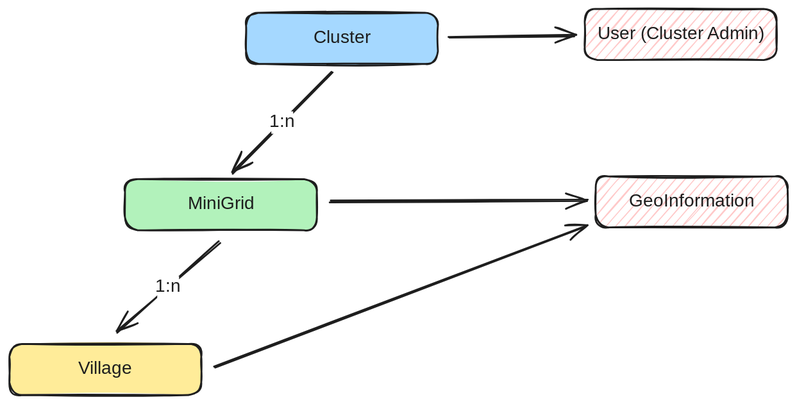
Before: docs/development/images/cluster_minigrid_village.excalidraw.svg, a diagram exported from Excalidraw (EnAccess/micropowermanager). Source tidied: one line per element, renumbered; positions are measured from the earlier drawing's top-left corner, leaving out a move shared by most shapes.
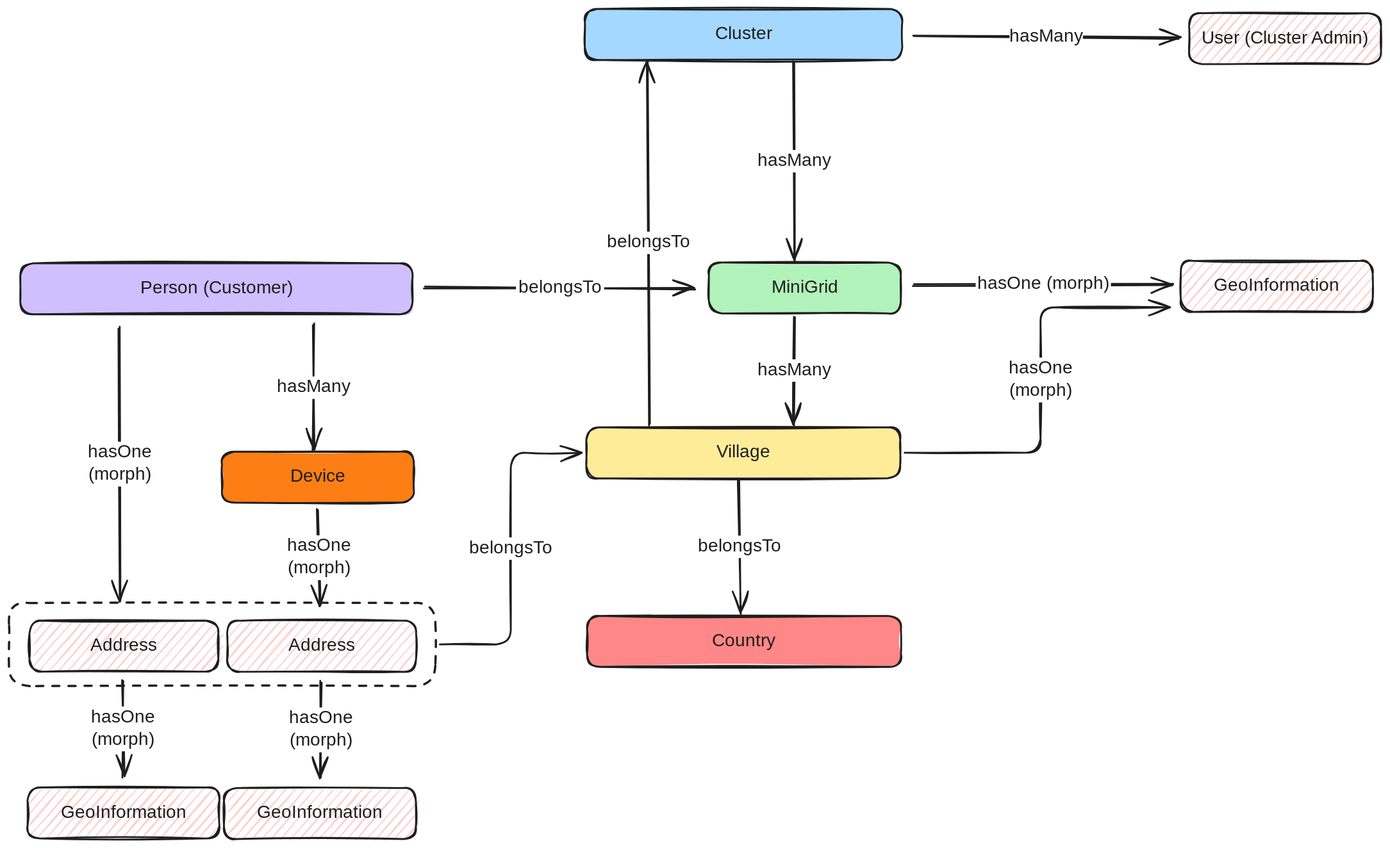
The same diagram one commit later.

Commit message:
Update Cluster, MiniGrid, Village relation diagram

Change to the diagram source:
```diff
@@ -1,17 +1,53 @@
-{"id": 0, "type": "rectangle", "strokeColor": "#1e1e1e", "backgroundColor": "#a5d8ff", "fillStyle": "solid", "strokeWidth": 2, "roughness": 1, "round": true, "x": 264, "y": 4, "width": 214, "height": 57}
+{"id": 0, "type": "rectangle", "strokeColor": "#1e1e1e", "backgroundColor": "#a5d8ff", "fillStyle": "solid", "strokeWidth": 2, "roughness": 1, "round": true, "x": -11, "y": -94, "width": 354, "height": 57}
-{"id": 1, "type": "text", "text": "Cluster", "strokeColor": "#1e1e1e", "strokeWidth": 2, "roughness": 1, "fontSize": 20, "fontFamily": 5, "textAlign": "center", "verticalAlign": "middle", "inside": 0, "x": 336, "y": 20, "width": 69, "height": 25}
+{"id": 1, "type": "text", "text": "Cluster", "strokeColor": "#1e1e1e", "strokeWidth": 2, "roughness": 1, "fontSize": 20, "fontFamily": 5, "textAlign": "center", "verticalAlign": "middle", "inside": 0, "x": 132, "y": -78, "width": 69, "height": 25}
-{"id": 2, "type": "rectangle", "strokeColor": "#1e1e1e", "backgroundColor": "#b2f2bb", "fillStyle": "solid", "strokeWidth": 2, "roughness": 1, "round": true, "x": 129, "y": 190, "width": 214, "height": 57}
+{"id": 2, "type": "rectangle", "strokeColor": "#1e1e1e", "backgroundColor": "#b2f2bb", "fillStyle": "solid", "strokeWidth": 2, "roughness": 1, "round": true, "x": 128, "y": 188, "width": 214, "height": 57}
-{"id": 3, "type": "text", "text": "MiniGrid", "strokeColor": "#1e1e1e", "strokeWidth": 2, "roughness": 1, "fontSize": 20, "fontFamily": 5, "textAlign": "center", "verticalAlign": "middle", "inside": 2, "x": 197, "y": 206, "width": 77, "height": 25}
+{"id": 3, "type": "text", "text": "MiniGrid", "strokeColor": "#1e1e1e", "strokeWidth": 2, "roughness": 1, "fontSize": 20, "fontFamily": 5, "textAlign": "center", "verticalAlign": "middle", "inside": 2, "x": 196, "y": 204, "width": 77, "height": 25}
-{"id": 4, "type": "rectangle", "strokeColor": "#1e1e1e", "backgroundColor": "#ffec99", "fillStyle": "solid", "strokeWidth": 2, "roughness": 1, "round": true, "x": 0, "y": 373, "width": 214, "height": 57}
+{"id": 4, "type": "rectangle", "strokeColor": "#1e1e1e", "backgroundColor": "#ffec99", "fillStyle": "solid", "strokeWidth": 2, "roughness": 1, "round": true, "x": -9, "y": 372, "width": 350, "height": 57}
-{"id": 5, "type": "text", "text": "Village", "strokeColor": "#1e1e1e", "strokeWidth": 2, "roughness": 1, "fontSize": 20, "fontFamily": 5, "textAlign": "center", "verticalAlign": "middle", "inside": 4, "x": 77, "y": 389, "width": 59, "height": 25}
+{"id": 5, "type": "text", "text": "Village", "strokeColor": "#1e1e1e", "strokeWidth": 2, "roughness": 1, "fontSize": 20, "fontFamily": 5, "textAlign": "center", "verticalAlign": "middle", "inside": 4, "x": 136, "y": 388, "width": 59, "height": 25}
-{"id": 6, "type": "arrow", "strokeColor": "#1e1e1e", "strokeWidth": 2, "roughness": 1, "endArrowhead": "arrow", "round": true, "from": 0, "to": 2, "x": 360, "y": 70, "width": 112, "height": 113, "points": [[0, 0], [-112, 113]]}
+{"id": 6, "type": "arrow", "strokeColor": "#1e1e1e", "strokeWidth": 2, "roughness": 1, "endArrowhead": "arrow", "round": true, "from": 0, "to": 2, "x": 223, "y": -36, "width": 0, "height": 223, "points": [[0, 0], [0, 223]]}
-{"id": 7, "type": "text", "text": "1:n", "strokeColor": "#1e1e1e", "strokeWidth": 2, "roughness": 1, "fontSize": 20, "fontFamily": 5, "textAlign": "center", "verticalAlign": "middle", "inside": 6, "x": 292, "y": 114, "width": 24, "height": 25}
+{"id": 7, "type": "text", "text": "hasMany", "strokeColor": "#1e1e1e", "strokeWidth": 2, "roughness": 1, "fontSize": 20, "fontFamily": 5, "textAlign": "center", "verticalAlign": "middle", "inside": 6, "x": 196, "y": 113, "width": 82, "height": 25}
-{"id": 8, "type": "arrow", "strokeColor": "#1e1e1e", "strokeWidth": 2, "roughness": 1, "endArrowhead": "arrow", "round": true, "from": 2, "to": 4, "x": 234, "y": 260, "width": 115, "height": 101, "points": [[0, 0], [-115, 101]]}
-{"id": 9, "type": "text", "text": "1:n", "strokeColor": "#1e1e1e", "strokeWidth": 2, "roughness": 1, "fontSize": 20, "fontFamily": 5, "textAlign": "center", "verticalAlign": "middle", "inside": 8, "x": 293, "y": 143, "width": 24, "height": 25}
 {"id": 10, "type": "rectangle", "strokeColor": "#1e1e1e", "backgroundColor": "#ffc9c9", "fillStyle": "hachure", "strokeWidth": 2, "roughness": 1, "round": true, "x": 654, "y": 187, "width": 214, "height": 57}
 {"id": 11, "type": "text", "text": "GeoInformation", "strokeColor": "#1e1e1e", "strokeWidth": 2, "roughness": 1, "fontSize": 20, "fontFamily": 5, "textAlign": "center", "verticalAlign": "middle", "inside": 10, "x": 684, "y": 203, "width": 153, "height": 25}
-{"id": 12, "type": "rectangle", "strokeColor": "#1e1e1e", "backgroundColor": "#ffc9c9", "fillStyle": "hachure", "strokeWidth": 2, "roughness": 1, "round": true, "x": 641, "y": 0, "width": 214, "height": 57}
+{"id": 12, "type": "rectangle", "strokeColor": "#1e1e1e", "backgroundColor": "#ffc9c9", "fillStyle": "hachure", "strokeWidth": 2, "roughness": 1, "round": true, "x": 663, "y": -90, "width": 214, "height": 57}
-{"id": 13, "type": "text", "text": "User (Cluster Admin)", "strokeColor": "#1e1e1e", "strokeWidth": 2, "roughness": 1, "fontSize": 20, "fontFamily": 5, "textAlign": "center", "verticalAlign": "middle", "inside": 12, "x": 649, "y": 16, "width": 200, "height": 25}
+{"id": 13, "type": "text", "text": "User (Cluster Admin)", "strokeColor": "#1e1e1e", "strokeWidth": 2, "roughness": 1, "fontSize": 20, "fontFamily": 5, "textAlign": "center", "verticalAlign": "middle", "inside": 12, "x": 670, "y": -74, "width": 200, "height": 25}
-{"id": 14, "type": "arrow", "strokeColor": "#1e1e1e", "backgroundColor": "#ffc9c9", "fillStyle": "hachure", "strokeWidth": 2, "roughness": 1, "endArrowhead": "arrow", "round": true, "from": 0, "to": 12, "x": 490, "y": 31, "width": 141, "height": 1, "points": [[0, 0], [141, -1]]}
+{"id": 14, "type": "arrow", "strokeColor": "#1e1e1e", "backgroundColor": "#ffc9c9", "fillStyle": "hachure", "strokeWidth": 2, "roughness": 1, "endArrowhead": "arrow", "round": true, "from": 0, "to": 12, "x": 355, "y": -65, "width": 296, "height": 3, "points": [[0, 0], [296, 3]]}
+{"id": 17, "type": "text", "text": "hasMany", "strokeColor": "#1e1e1e", "strokeWidth": 2, "roughness": 1, "fontSize": 20, "fontFamily": 5, "textAlign": "center", "verticalAlign": "middle", "inside": 14, "x": 452, "y": 19, "width": 82, "height": 25}
-{"id": 15, "type": "arrow", "strokeColor": "#1e1e1e", "backgroundColor": "#ffc9c9", "fillStyle": "hachure", "strokeWidth": 2, "roughness": 1, "endArrowhead": "arrow", "round": true, "from": 2, "to": 10, "x": 358, "y": 215, "width": 287, "height": 2, "points": [[0, 0], [287, -2]]}
+{"id": 15, "type": "arrow", "strokeColor": "#1e1e1e", "backgroundColor": "#ffc9c9", "fillStyle": "hachure", "strokeWidth": 2, "roughness": 1, "endArrowhead": "arrow", "round": true, "from": 2, "to": 10, "x": 356, "y": 214, "width": 290, "height": 1, "points": [[0, 0], [290, -1]]}
-{"id": 16, "type": "arrow", "strokeColor": "#1e1e1e", "backgroundColor": "#ffc9c9", "fillStyle": "hachure", "strokeWidth": 2, "roughness": 1, "endArrowhead": "arrow", "round": true, "from": 4, "to": 10, "x": 229, "y": 400, "width": 414, "height": 158, "points": [[0, 0], [414, -158]]}
+{"id": 18, "type": "text", "text": "hasOne (morph)", "strokeColor": "#1e1e1e", "strokeWidth": 2, "roughness": 1, "fontSize": 20, "fontFamily": 5, "textAlign": "center", "verticalAlign": "middle", "inside": 15, "x": 425, "y": 200, "width": 151, "height": 25}
+{"id": 19, "type": "arrow", "strokeColor": "#1e1e1e", "strokeWidth": 2, "roughness": 1, "endArrowhead": "arrow", "round": true, "from": 4, "to": 0, "x": 61, "y": 369, "width": 1, "height": 405, "points": [[0, 0], [-1, -405]]}
+{"id": 20, "type": "text", "text": "belongsTo", "strokeColor": "#1e1e1e", "strokeWidth": 2, "roughness": 1, "fontSize": 20, "fontFamily": 5, "textAlign": "center", "verticalAlign": "middle", "inside": 19, "x": 6, "y": 155, "width": 98, "height": 25}
+{"id": 21, "type": "rectangle", "strokeColor": "#1e1e1e", "backgroundColor": "#ff8787", "fillStyle": "solid", "strokeWidth": 2, "roughness": 1, "round": true, "x": -8, "y": 583, "width": 350, "height": 57}
+{"id": 22, "type": "text", "text": "Country", "strokeColor": "#1e1e1e", "strokeWidth": 2, "roughness": 1, "fontSize": 20, "fontFamily": 5, "textAlign": "center", "verticalAlign": "middle", "inside": 21, "x": 129, "y": 599, "width": 76, "height": 25}
+{"id": 23, "type": "arrow", "strokeColor": "#1e1e1e", "strokeWidth": 2, "roughness": 1, "endArrowhead": "arrow", "round": true, "from": 4, "to": 21, "x": 161, "y": 431, "width": 1, "height": 148, "points": [[0, 0], [1, 148]]}
+{"id": 24, "type": "text", "text": "belongsTo", "strokeColor": "#1e1e1e", "strokeWidth": 2, "roughness": 1, "fontSize": 20, "fontFamily": 5, "textAlign": "center", "verticalAlign": "middle", "inside": 23, "x": 113, "y": 492, "width": 98, "height": 25}
+{"id": 25, "type": "rectangle", "strokeColor": "#1e1e1e", "backgroundColor": "#d0bfff", "fillStyle": "solid", "strokeWidth": 2, "roughness": 1, "round": true, "x": -640, "y": 189, "width": 437, "height": 57}
+{"id": 26, "type": "text", "text": "Person (Customer)", "strokeColor": "#1e1e1e", "strokeWidth": 2, "roughness": 1, "fontSize": 20, "fontFamily": 5, "textAlign": "center", "verticalAlign": "middle", "inside": 25, "x": -511, "y": 205, "width": 179, "height": 25}
+{"id": 27, "type": "rectangle", "strokeColor": "#1e1e1e", "backgroundColor": "#fd7e14", "fillStyle": "solid", "strokeWidth": 2, "roughness": 1, "round": true, "x": -415, "y": 399, "width": 214, "height": 57}
+{"id": 28, "type": "text", "text": "Device", "strokeColor": "#1e1e1e", "strokeWidth": 2, "roughness": 1, "fontSize": 20, "fontFamily": 5, "textAlign": "center", "verticalAlign": "middle", "inside": 27, "x": -339, "y": 415, "width": 63, "height": 25}
+{"id": 29, "type": "arrow", "strokeColor": "#1e1e1e", "strokeWidth": 2, "roughness": 1, "endArrowhead": "arrow", "round": true, "from": 25, "to": 27, "x": -312, "y": 257, "width": 1, "height": 142, "points": [[0, 0], [-1, 142]]}
+{"id": 30, "type": "text", "text": "hasMany", "strokeColor": "#1e1e1e", "strokeWidth": 2, "roughness": 1, "fontSize": 20, "fontFamily": 5, "textAlign": "center", "verticalAlign": "middle", "inside": 29, "x": -349, "y": 310, "width": 82, "height": 25}
+{"id": 31, "type": "arrow", "strokeColor": "#1e1e1e", "strokeWidth": 2, "roughness": 1, "endArrowhead": "arrow", "round": true, "from": 25, "to": 2, "x": -189, "y": 216, "width": 302, "height": 2, "points": [[0, 0], [302, 2]]}
+{"id": 32, "type": "text", "text": "belongsTo", "strokeColor": "#1e1e1e", "strokeWidth": 2, "roughness": 1, "fontSize": 20, "fontFamily": 5, "textAlign": "center", "verticalAlign": "middle", "inside": 31, "x": -90, "y": 225, "width": 98, "height": 25}
+{"id": 33, "type": "rectangle", "strokeColor": "#1e1e1e", "backgroundColor": "#ffc9c9", "fillStyle": "hachure", "strokeWidth": 2, "roughness": 1, "round": true, "x": -413, "y": 775, "width": 214, "height": 57}
+{"id": 34, "type": "text", "text": "GeoInformation", "strokeColor": "#1e1e1e", "strokeWidth": 2, "roughness": 1, "fontSize": 20, "fontFamily": 5, "textAlign": "center", "verticalAlign": "middle", "inside": 33, "x": -383, "y": 791, "width": 153, "height": 25}
+{"id": 35, "type": "rectangle", "strokeColor": "#1e1e1e", "backgroundColor": "#ffc9c9", "fillStyle": "hachure", "strokeWidth": 2, "roughness": 1, "round": true, "x": -409, "y": 588, "width": 211, "height": 57}
+{"id": 36, "type": "text", "text": "Address", "strokeColor": "#1e1e1e", "strokeWidth": 2, "roughness": 1, "fontSize": 20, "fontFamily": 5, "textAlign": "center", "verticalAlign": "middle", "inside": 35, "x": -343, "y": 604, "width": 78, "height": 25}
+{"id": 37, "type": "arrow", "strokeColor": "#1e1e1e", "strokeWidth": 2, "roughness": 1, "endArrowhead": "arrow", "round": true, "x": 223, "y": 248, "width": 0, "height": 121, "points": [[0, 0], [0, 121]]}
+{"id": 38, "type": "text", "text": "hasMany", "strokeColor": "#1e1e1e", "strokeWidth": 2, "roughness": 1, "fontSize": 20, "fontFamily": 5, "textAlign": "center", "verticalAlign": "middle", "inside": 37, "x": 106, "y": 290, "width": 82, "height": 25}
+{"id": 39, "type": "arrow", "strokeColor": "#1e1e1e", "strokeWidth": 2, "roughness": 1, "endArrowhead": "arrow", "round": true, "from": 27, "to": 35, "x": -308, "y": 465, "width": 3, "height": 106, "points": [[0, 0], [3, 106]]}
+{"id": 40, "type": "text", "text": "hasOne\n(morph)", "strokeColor": "#1e1e1e", "strokeWidth": 2, "roughness": 1, "fontSize": 20, "fontFamily": 5, "textAlign": "center", "verticalAlign": "middle", "inside": 39, "x": -342, "y": 498, "width": 72, "height": 50}
+{"id": 41, "type": "arrow", "strokeColor": "#1e1e1e", "strokeWidth": 2, "roughness": 1, "endArrowhead": "arrow", "round": true, "x": -304, "y": 656, "width": 0, "height": 107, "points": [[0, 0], [0, 107]]}
+{"id": 42, "type": "text", "text": "hasOne\n(morph)", "strokeColor": "#1e1e1e", "strokeWidth": 2, "roughness": 1, "fontSize": 20, "fontFamily": 5, "textAlign": "center", "verticalAlign": "middle", "inside": 41, "x": -341, "y": 685, "width": 72, "height": 50}
+{"id": 43, "type": "arrow", "strokeColor": "#1e1e1e", "backgroundColor": "#fd7e14", "fillStyle": "solid", "strokeWidth": 2, "roughness": 1, "endArrowhead": "arrow", "from": 4, "to": 10, "x": 346, "y": 401, "width": 296, "height": 162, "points": [[0, 0], [151, 0], [151, -162], [296, -162]]}
+{"id": 44, "type": "text", "text": "hasOne\n(morph)", "strokeColor": "#1e1e1e", "backgroundColor": "#fd7e14", "fillStyle": "solid", "strokeWidth": 2, "roughness": 1, "fontSize": 20, "fontFamily": 5, "textAlign": "center", "verticalAlign": "middle", "inside": 43, "x": 461, "y": 295, "width": 72, "height": 50}
+{"id": 45, "type": "rectangle", "strokeColor": "#1e1e1e", "backgroundColor": "#ffc9c9", "fillStyle": "hachure", "strokeWidth": 2, "roughness": 1, "round": true, "x": -630, "y": 588, "width": 211, "height": 57}
+{"id": 46, "type": "text", "text": "Address", "strokeColor": "#1e1e1e", "strokeWidth": 2, "roughness": 1, "fontSize": 20, "fontFamily": 5, "textAlign": "center", "verticalAlign": "middle", "inside": 45, "x": -563, "y": 604, "width": 78, "height": 25}
+{"id": 47, "type": "arrow", "strokeColor": "#1e1e1e", "strokeWidth": 2, "roughness": 1, "endArrowhead": "arrow", "round": true, "from": 25, "to": 45, "x": -529, "y": 261, "width": 1, "height": 305, "points": [[0, 0], [1, 305]]}
+{"id": 48, "type": "text", "text": "hasOne\n(morph)", "strokeColor": "#1e1e1e", "strokeWidth": 2, "roughness": 1, "fontSize": 20, "fontFamily": 5, "textAlign": "center", "verticalAlign": "middle", "inside": 47, "x": -221, "y": 546, "width": 72, "height": 50}
+{"id": 49, "type": "rectangle", "strokeColor": "#1e1e1e", "backgroundColor": "#ffc9c9", "fillStyle": "hachure", "strokeWidth": 2, "roughness": 1, "round": true, "x": -632, "y": 774, "width": 214, "height": 57}
+{"id": 50, "type": "text", "text": "GeoInformation", "strokeColor": "#1e1e1e", "strokeWidth": 2, "roughness": 1, "fontSize": 20, "fontFamily": 5, "textAlign": "center", "verticalAlign": "middle", "inside": 49, "x": -602, "y": 790, "width": 153, "height": 25}
+{"id": 51, "type": "arrow", "strokeColor": "#1e1e1e", "strokeWidth": 2, "roughness": 1, "endArrowhead": "arrow", "round": true, "x": -525, "y": 655, "width": 0, "height": 107, "points": [[0, 0], [0, 107]]}
+{"id": 52, "type": "text", "text": "hasOne\n(morph)", "strokeColor": "#1e1e1e", "strokeWidth": 2, "roughness": 1, "fontSize": 20, "fontFamily": 5, "textAlign": "center", "verticalAlign": "middle", "inside": 51, "x": -314, "y": 686, "width": 72, "height": 50}
+{"id": 53, "type": "rectangle", "strokeColor": "#1e1e1e", "strokeWidth": 2, "strokeStyle": "dashed", "roughness": 1, "round": true, "x": -653, "y": 568, "width": 475, "height": 93}
+{"id": 54, "type": "arrow", "strokeColor": "#1e1e1e", "strokeWidth": 2, "roughness": 1, "endArrowhead": "arrow", "from": 53, "to": 4, "x": -172, "y": 614, "width": 158, "height": 214, "points": [[0, 0], [79, 0], [79, -214], [158, -214]]}
+{"id": 55, "type": "text", "text": "belongsTo", "strokeColor": "#1e1e1e", "strokeWidth": 2, "roughness": 1, "fontSize": 20, "fontFamily": 5, "textAlign": "center", "verticalAlign": "middle", "inside": 54, "x": -142, "y": 495, "width": 98, "height": 25}
```
